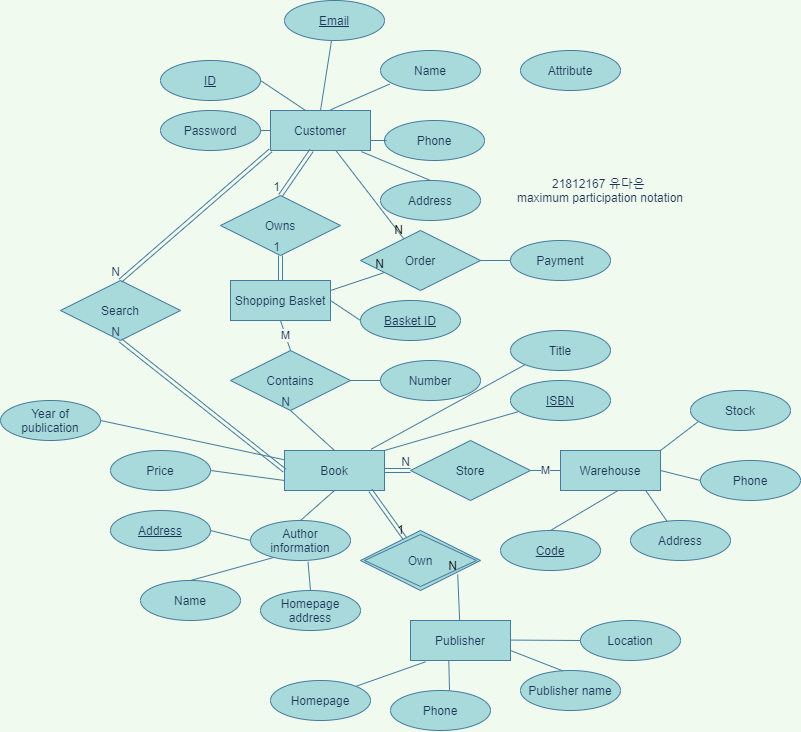
This is Untitled Diagram.drawio.png from Yudaeun/study2, a draw.io export, as it was before one commit. Source tidied: cells renumbered, new cells last; positions are measured from the earlier drawing's top-left corner, leaving out a move shared by most shapes.
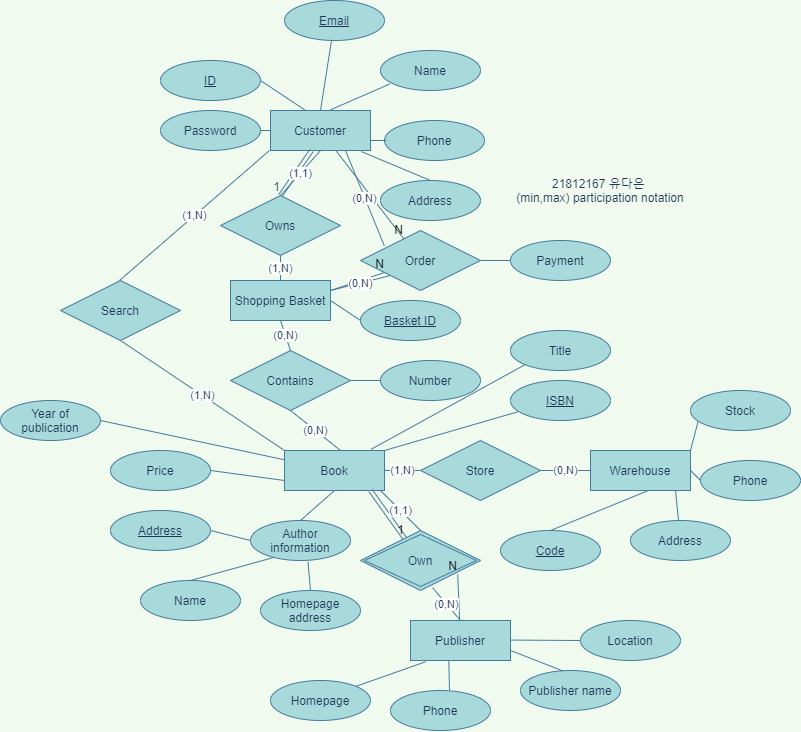
After the commit.

Commit message:
(min,max)ER diagram

The edit, as a diff of the source:
```diff
@@ -66,15 +66,6 @@
     <mxCell id="20" value="Contains" style="shape=rhombus;perimeter=rhombusPerimeter;whiteSpace=wrap;html=1;align=center;fillColor=#A8DADC;strokeColor=#457B9D;fontColor=#1D3557;" parent="1" vertex="1">
       <mxGeometry x="230" y="350" width="120" height="60" as="geometry" />
     </mxCell>
-    <mxCell id="21" style="endArrow=none;html=1;rounded=0;entryX=0.5;entryY=1;entryDx=0;entryDy=0;exitX=0.5;exitY=0;exitDx=0;exitDy=0;strokeColor=#457B9D;fontColor=#1D3557;labelBackgroundColor=#F1FAEE;" parent="1" edge="1" source="17" target="20">
-      <mxGeometry relative="1" as="geometry" />
-    </mxCell>
-    <mxCell id="22" value="N" style="html=1;align=right;verticalAlign=bottom;fillColor=#A8DADC;strokeColor=#457B9D;fontColor=#1D3557;" parent="21" vertex="1">
-      <mxGeometry x="1" relative="1" as="geometry" />
-    </mxCell>
-    <mxCell id="23" value="M" style="endArrow=none;html=1;rounded=0;entryX=0.5;entryY=0;entryDx=0;entryDy=0;exitX=0.5;exitY=1;exitDx=0;exitDy=0;strokeColor=#457B9D;fontColor=#1D3557;labelBackgroundColor=#F1FAEE;" parent="1" edge="1" source="15" target="20">
-      <mxGeometry relative="1" as="geometry" />
-    </mxCell>
     <mxCell id="24" value="Number" style="ellipse;whiteSpace=wrap;html=1;align=center;fillColor=#A8DADC;strokeColor=#457B9D;fontColor=#1D3557;" parent="1" vertex="1">
       <mxGeometry x="380" y="360" width="100" height="40" as="geometry" />
     </mxCell>
@@ -83,36 +74,18 @@
         <mxPoint x="350" y="380" as="sourcePoint" />
       </mxGeometry>
     </mxCell>
-    <mxCell id="26" style="shape=link;html=1;rounded=0;entryX=0.5;entryY=1;entryDx=0;entryDy=0;exitX=0.5;exitY=0;exitDx=0;exitDy=0;strokeColor=#457B9D;fontColor=#1D3557;labelBackgroundColor=#F1FAEE;" parent="1" edge="1" source="15" target="18">
-      <mxGeometry relative="1" as="geometry" />
-    </mxCell>
-    <mxCell id="27" value="1" style="html=1;align=right;verticalAlign=bottom;fillColor=#A8DADC;strokeColor=#457B9D;fontColor=#1D3557;" parent="26" vertex="1">
-      <mxGeometry x="1" relative="1" as="geometry" />
-    </mxCell>
     <mxCell id="28" value="Store" style="shape=rhombus;perimeter=rhombusPerimeter;whiteSpace=wrap;html=1;align=center;fillColor=#A8DADC;strokeColor=#457B9D;fontColor=#1D3557;" parent="1" vertex="1">
-      <mxGeometry x="410" y="440" width="120" height="60" as="geometry" />
+      <mxGeometry x="420" y="440" width="120" height="60" as="geometry" />
     </mxCell>
     <mxCell id="29" value="Warehouse" style="whiteSpace=wrap;html=1;align=center;fillColor=#A8DADC;strokeColor=#457B9D;fontColor=#1D3557;" parent="1" vertex="1">
-      <mxGeometry x="560" y="450" width="100" height="40" as="geometry" />
+      <mxGeometry x="590" y="450" width="100" height="40" as="geometry" />
     </mxCell>
-    <mxCell id="30" style="shape=link;html=1;rounded=0;entryX=0;entryY=0.5;entryDx=0;entryDy=0;exitX=1;exitY=0.5;exitDx=0;exitDy=0;strokeColor=#457B9D;fontColor=#1D3557;labelBackgroundColor=#F1FAEE;" parent="1" edge="1" source="17" target="28">
-      <mxGeometry relative="1" as="geometry" />
-    </mxCell>
-    <mxCell id="31" value="N" style="html=1;align=right;verticalAlign=bottom;fillColor=#A8DADC;strokeColor=#457B9D;fontColor=#1D3557;" parent="30" vertex="1">
-      <mxGeometry x="1" relative="1" as="geometry" />
-    </mxCell>
     <mxCell id="32" value="Code" style="ellipse;whiteSpace=wrap;html=1;align=center;fontStyle=4;fillColor=#A8DADC;strokeColor=#457B9D;fontColor=#1D3557;" parent="1" vertex="1">
       <mxGeometry x="500" y="530" width="100" height="40" as="geometry" />
     </mxCell>
     <mxCell id="33" style="endArrow=none;html=1;rounded=0;exitX=0.5;exitY=0;exitDx=0;exitDy=0;entryX=0.567;entryY=1.013;entryDx=0;entryDy=0;entryPerimeter=0;strokeColor=#457B9D;fontColor=#1D3557;labelBackgroundColor=#F1FAEE;" parent="1" edge="1" source="32" target="29">
       <mxGeometry relative="1" as="geometry" />
     </mxCell>
-    <mxCell id="34" value="M" style="endArrow=none;html=1;rounded=0;strokeColor=#457B9D;fontColor=#1D3557;labelBackgroundColor=#F1FAEE;" parent="1" edge="1">
-      <mxGeometry relative="1" as="geometry">
-        <mxPoint x="530" y="470" as="sourcePoint" />
-        <mxPoint x="560" y="470" as="targetPoint" />
-      </mxGeometry>
-    </mxCell>
     <mxCell id="35" value="Address" style="ellipse;whiteSpace=wrap;html=1;align=center;fillColor=#A8DADC;strokeColor=#457B9D;fontColor=#1D3557;" parent="1" vertex="1">
       <mxGeometry x="630" y="520" width="100" height="40" as="geometry" />
     </mxCell>
@@ -189,23 +162,6 @@
     <mxCell id="57" value="Search" style="shape=rhombus;perimeter=rhombusPerimeter;whiteSpace=wrap;html=1;align=center;fillColor=#A8DADC;strokeColor=#457B9D;fontColor=#1D3557;" parent="1" vertex="1">
       <mxGeometry x="60" y="280" width="120" height="60" as="geometry" />
     </mxCell>
-    <mxCell id="58" value="Attribute" style="ellipse;whiteSpace=wrap;html=1;align=center;fillColor=#A8DADC;strokeColor=#457B9D;fontColor=#1D3557;" parent="1" vertex="1">
-      <mxGeometry x="520" y="50" width="100" height="40" as="geometry" />
-    </mxCell>
-    <mxCell id="59" style="shape=link;html=1;rounded=0;exitX=0;exitY=1;exitDx=0;exitDy=0;strokeColor=#457B9D;fontColor=#1D3557;labelBackgroundColor=#F1FAEE;" parent="1" edge="1" source="2">
-      <mxGeometry relative="1" as="geometry">
-        <mxPoint x="120" y="280" as="targetPoint" />
-      </mxGeometry>
-    </mxCell>
-    <mxCell id="60" value="N" style="html=1;align=right;verticalAlign=bottom;fillColor=#A8DADC;strokeColor=#457B9D;fontColor=#1D3557;" parent="59" vertex="1">
-      <mxGeometry x="1" relative="1" as="geometry" />
-    </mxCell>
-    <mxCell id="61" style="shape=link;html=1;rounded=0;entryX=0.5;entryY=1;entryDx=0;entryDy=0;exitX=0;exitY=0.5;exitDx=0;exitDy=0;strokeColor=#457B9D;fontColor=#1D3557;labelBackgroundColor=#F1FAEE;" parent="1" edge="1" source="17" target="57">
-      <mxGeometry relative="1" as="geometry" />
-    </mxCell>
-    <mxCell id="62" value="N" style="html=1;align=right;verticalAlign=bottom;fillColor=#A8DADC;strokeColor=#457B9D;fontColor=#1D3557;" parent="61" vertex="1">
-      <mxGeometry x="1" relative="1" as="geometry" />
-    </mxCell>
     <mxCell id="63" value="Order" style="shape=rhombus;perimeter=rhombusPerimeter;whiteSpace=wrap;html=1;align=center;fillColor=#A8DADC;strokeColor=#457B9D;fontColor=#1D3557;" parent="1" vertex="1">
       <mxGeometry x="360" y="230" width="120" height="60" as="geometry" />
     </mxCell>
@@ -250,21 +206,38 @@
     <mxCell id="75" value="Own" style="shape=rhombus;double=1;perimeter=rhombusPerimeter;whiteSpace=wrap;html=1;align=center;fillColor=#A8DADC;strokeColor=#457B9D;fontColor=#1D3557;" parent="1" vertex="1">
       <mxGeometry x="360" y="530" width="120" height="60" as="geometry" />
     </mxCell>
-    <mxCell id="76" value="21812167 유다은&amp;nbsp;&lt;br&gt;maximum participation notation" style="text;html=1;strokeColor=none;fillColor=none;align=center;verticalAlign=middle;whiteSpace=wrap;rounded=0;fontColor=#1D3557;" parent="1" vertex="1">
+    <mxCell id="76" value="21812167 유다은&amp;nbsp;&lt;br&gt;(min,max) participation notation" style="text;html=1;strokeColor=none;fillColor=none;align=center;verticalAlign=middle;whiteSpace=wrap;rounded=0;fontColor=#1D3557;" parent="1" vertex="1">
       <mxGeometry x="510" y="160" width="180" height="60" as="geometry" />
     </mxCell>
+    <mxCell id="87" value="(1,N)" style="endArrow=none;html=1;rounded=0;fontColor=#1D3557;strokeColor=#457B9D;fillColor=#A8DADC;entryX=0;entryY=0;entryDx=0;entryDy=0;exitX=0.5;exitY=1;exitDx=0;exitDy=0;" parent="1" edge="1">
+      <mxGeometry relative="1" as="geometry">
+        <mxPoint x="120" y="340" as="sourcePoint" />
+        <mxPoint x="284" y="450" as="targetPoint" />
+      </mxGeometry>
+    </mxCell>
     <mxCell id="77" style="shape=link;html=1;rounded=0;entryX=0.5;entryY=0;entryDx=0;entryDy=0;exitX=0.41;exitY=1;exitDx=0;exitDy=0;exitPerimeter=0;labelBackgroundColor=#F1FAEE;strokeColor=#457B9D;fontColor=#1D3557;" parent="1" edge="1" source="2" target="18">
       <mxGeometry relative="1" as="geometry" />
     </mxCell>
     <mxCell id="78" value="1" style="html=1;align=right;verticalAlign=bottom;fillColor=#A8DADC;strokeColor=#457B9D;fontColor=#1D3557;" parent="77" vertex="1">
       <mxGeometry x="1" relative="1" as="geometry" />
     </mxCell>
+    <mxCell id="88" value="(1,N)" style="endArrow=none;html=1;rounded=0;fontColor=#1D3557;strokeColor=#457B9D;fillColor=#A8DADC;exitX=0.5;exitY=0;exitDx=0;exitDy=0;entryX=0;entryY=1;entryDx=0;entryDy=0;" parent="1" edge="1">
+      <mxGeometry relative="1" as="geometry">
+        <mxPoint x="119" y="280" as="sourcePoint" />
+        <mxPoint x="269" y="150" as="targetPoint" />
+      </mxGeometry>
+    </mxCell>
     <mxCell id="79" style="endArrow=none;html=1;rounded=0;fontColor=#1D3557;strokeColor=#457B9D;fillColor=#A8DADC;" parent="1" edge="1" source="2" target="63">
       <mxGeometry relative="1" as="geometry" />
     </mxCell>
     <mxCell id="80" value="N" style="html=1;align=right;verticalAlign=bottom;" parent="79" vertex="1">
       <mxGeometry x="1" relative="1" as="geometry" />
     </mxCell>
+    <mxCell id="89" value="(0,N)" style="endArrow=none;html=1;rounded=0;fontColor=#1D3557;strokeColor=#457B9D;fillColor=#A8DADC;entryX=0;entryY=0.5;entryDx=0;entryDy=0;" parent="1" edge="1" target="29">
+      <mxGeometry relative="1" as="geometry">
+        <mxPoint x="540" y="470" as="sourcePoint" />
+      </mxGeometry>
+    </mxCell>
     <mxCell id="81" style="endArrow=none;html=1;rounded=0;fontColor=#1D3557;strokeColor=#457B9D;fillColor=#A8DADC;" parent="1" edge="1" target="63">
       <mxGeometry relative="1" as="geometry">
         <mxPoint x="330" y="290" as="sourcePoint" />
@@ -273,12 +246,18 @@
     <mxCell id="82" value="N" style="html=1;align=right;verticalAlign=bottom;" parent="81" vertex="1">
       <mxGeometry x="1" relative="1" as="geometry" />
     </mxCell>
+    <mxCell id="30" value="(1,N)" style="endArrow=none;html=1;rounded=0;fontColor=#1D3557;strokeColor=#457B9D;fillColor=#A8DADC;entryX=0;entryY=0.5;entryDx=0;entryDy=0;exitX=1;exitY=0.5;exitDx=0;exitDy=0;" parent="1" edge="1" source="17" target="28">
+      <mxGeometry relative="1" as="geometry" />
+    </mxCell>
     <mxCell id="83" style="endArrow=none;html=1;rounded=0;fontColor=#1D3557;strokeColor=#457B9D;fillColor=#A8DADC;entryX=0.81;entryY=0.731;entryDx=0;entryDy=0;entryPerimeter=0;" parent="1" edge="1" source="49" target="75">
       <mxGeometry relative="1" as="geometry" />
     </mxCell>
     <mxCell id="84" value="N" style="html=1;align=right;verticalAlign=bottom;" parent="83" vertex="1">
       <mxGeometry x="1" relative="1" as="geometry" />
     </mxCell>
+    <mxCell id="90" value="(1,1)" style="endArrow=none;html=1;rounded=0;fontColor=#1D3557;strokeColor=#457B9D;fillColor=#A8DADC;exitX=0.5;exitY=0;exitDx=0;exitDy=0;entryX=0.5;entryY=1;entryDx=0;entryDy=0;" parent="1" edge="1" source="18" target="2">
+      <mxGeometry relative="1" as="geometry" />
+    </mxCell>
     <mxCell id="85" style="shape=link;html=1;rounded=0;fontColor=#1D3557;strokeColor=#457B9D;fillColor=#A8DADC;" parent="1" edge="1" target="75">
       <mxGeometry relative="1" as="geometry">
         <mxPoint x="370" y="490" as="sourcePoint" />
@@ -287,5 +266,30 @@
     <mxCell id="86" value="1" style="html=1;align=right;verticalAlign=bottom;" parent="85" vertex="1">
       <mxGeometry x="1" relative="1" as="geometry" />
     </mxCell>
+    <mxCell id="91" value="(1,N)" style="endArrow=none;html=1;rounded=0;fontColor=#1D3557;strokeColor=#457B9D;fillColor=#A8DADC;exitX=0.5;exitY=1;exitDx=0;exitDy=0;entryX=0.5;entryY=0;entryDx=0;entryDy=0;" parent="1" edge="1" source="18" target="15">
+      <mxGeometry relative="1" as="geometry" />
+    </mxCell>
+    <mxCell id="92" value="(0,N)" style="endArrow=none;html=1;rounded=0;fontColor=#1D3557;strokeColor=#457B9D;fillColor=#A8DADC;exitX=0.75;exitY=1;exitDx=0;exitDy=0;entryX=0.199;entryY=0.258;entryDx=0;entryDy=0;entryPerimeter=0;" parent="1" edge="1" source="2" target="63">
+      <mxGeometry relative="1" as="geometry" />
+    </mxCell>
+    <mxCell id="93" value="(0,N)" style="endArrow=none;html=1;rounded=0;fontColor=#1D3557;strokeColor=#457B9D;fillColor=#A8DADC;exitX=1;exitY=0.25;exitDx=0;exitDy=0;entryX=0;entryY=1;entryDx=0;entryDy=0;" parent="1" edge="1" source="15" target="63">
+      <mxGeometry relative="1" as="geometry" />
+    </mxCell>
+    <mxCell id="94" value="(0,N)" style="endArrow=none;html=1;rounded=0;fontColor=#1D3557;strokeColor=#457B9D;fillColor=#A8DADC;entryX=0.5;entryY=0;entryDx=0;entryDy=0;" parent="1" edge="1" target="20">
+      <mxGeometry relative="1" as="geometry">
+        <mxPoint x="280" y="320" as="sourcePoint" />
+      </mxGeometry>
+    </mxCell>
+    <mxCell id="95" value="(0,N)" style="endArrow=none;html=1;rounded=0;fontColor=#1D3557;strokeColor=#457B9D;fillColor=#A8DADC;exitX=0.5;exitY=1;exitDx=0;exitDy=0;entryX=0.56;entryY=0;entryDx=0;entryDy=0;entryPerimeter=0;" parent="1" edge="1" source="20" target="17">
+      <mxGeometry relative="1" as="geometry" />
+    </mxCell>
+    <mxCell id="96" value="(1,1)" style="endArrow=none;html=1;rounded=0;fontColor=#1D3557;strokeColor=#457B9D;fillColor=#A8DADC;entryX=0.5;entryY=0;entryDx=0;entryDy=0;" parent="1" edge="1" target="75">
+      <mxGeometry relative="1" as="geometry">
+        <mxPoint x="380" y="490" as="sourcePoint" />
+      </mxGeometry>
+    </mxCell>
+    <mxCell id="97" value="(0,N)" style="endArrow=none;html=1;rounded=0;fontColor=#1D3557;strokeColor=#457B9D;fillColor=#A8DADC;exitX=0.601;exitY=0.953;exitDx=0;exitDy=0;exitPerimeter=0;entryX=0.5;entryY=0;entryDx=0;entryDy=0;" parent="1" edge="1" source="75" target="49">
+      <mxGeometry relative="1" as="geometry" />
+    </mxCell>
   </root>
 </mxGraphModel>
```
